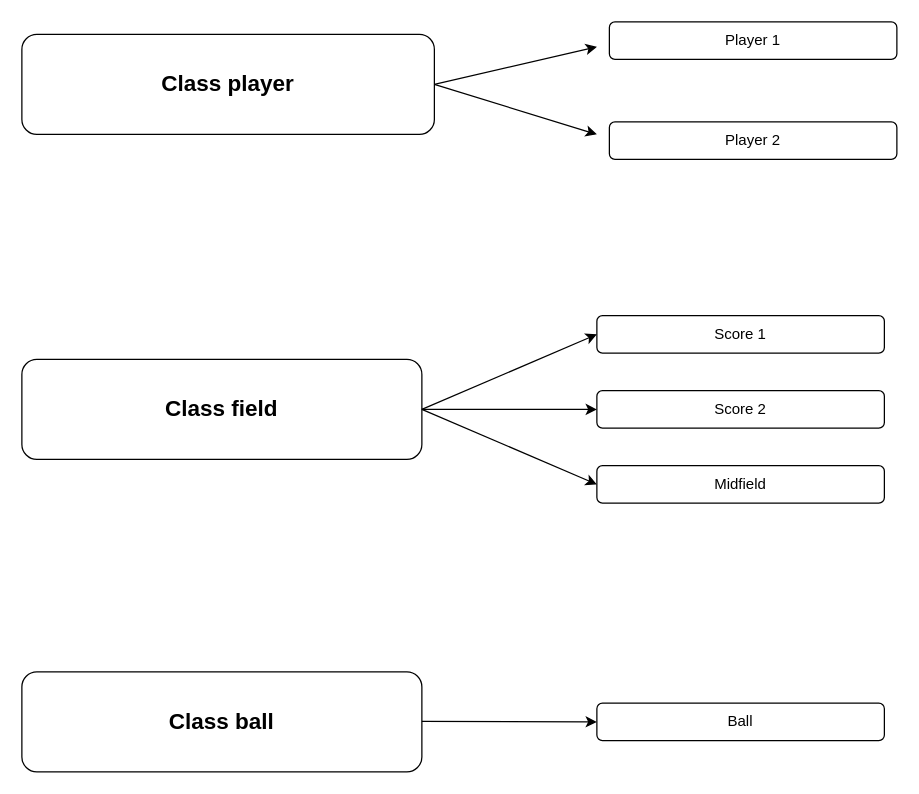
This is flowchart.drawio from opedrenyo/pong_game, a draw.io file, before an edit. Source tidied: cells renumbered, new cells numbered last; positions are measured from the earlier drawing's top-left corner, leaving out a move shared by most shapes. Both pictures are drawn from the tidied source at 125%, with x=0, y=0 at pixel (21, 21).
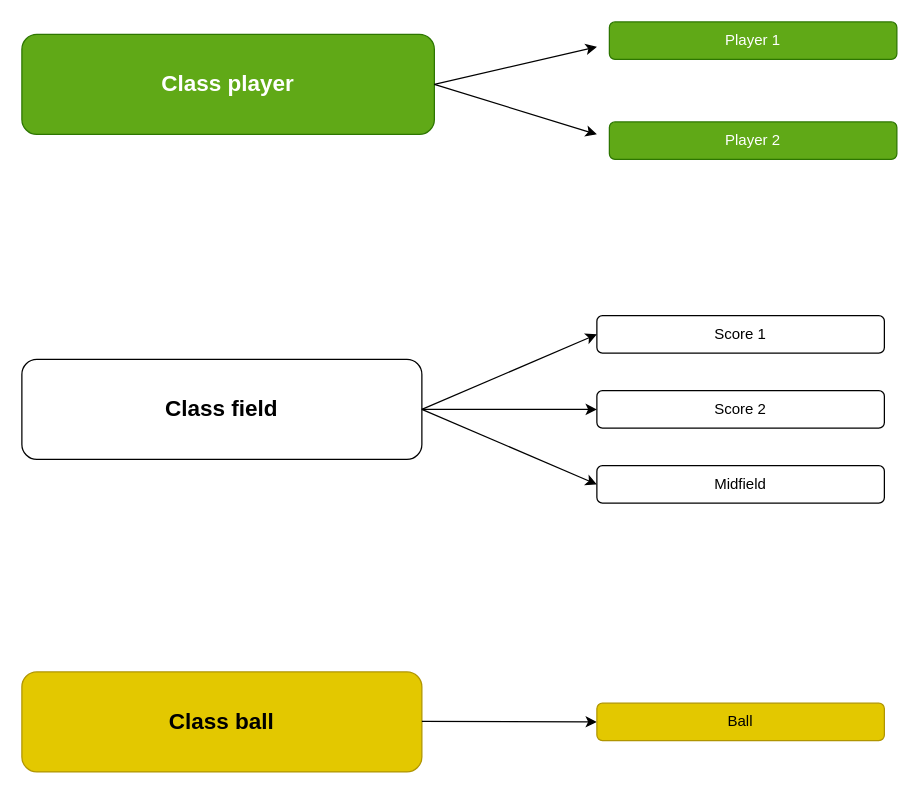
The same page after the edit.

Diff of the diagram source:
```diff
@@
-    <mxCell id="2" value="&lt;font style=&quot;font-size: 18px&quot;&gt;&lt;b&gt;Class player&lt;/b&gt;&lt;/font&gt;" style="rounded=1;whiteSpace=wrap;html=1;" parent="1" vertex="1">
+    <mxCell id="2" value="&lt;font style=&quot;font-size: 18px&quot;&gt;&lt;b&gt;Class player&lt;/b&gt;&lt;/font&gt;" style="rounded=1;whiteSpace=wrap;html=1;fillColor=#60a917;fontColor=#ffffff;strokeColor=#2D7600;" parent="1" vertex="1">
       <mxGeometry y="10" width="330" height="80" as="geometry" />
     </mxCell>
@@
-    <mxCell id="4" value="&lt;font style=&quot;font-size: 18px&quot;&gt;&lt;b&gt;Class ball&lt;/b&gt;&lt;/font&gt;" style="rounded=1;whiteSpace=wrap;html=1;" parent="1" vertex="1">
+    <mxCell id="4" value="&lt;font style=&quot;font-size: 18px&quot;&gt;&lt;b&gt;Class ball&lt;/b&gt;&lt;/font&gt;" style="rounded=1;whiteSpace=wrap;html=1;fillColor=#e3c800;fontColor=#000000;strokeColor=#B09500;" parent="1" vertex="1">
       <mxGeometry y="520" width="320" height="80" as="geometry" />
     </mxCell>
-    <mxCell id="5" value="Player 1" style="rounded=1;whiteSpace=wrap;html=1;" parent="1" vertex="1">
+    <mxCell id="5" value="Player 1" style="rounded=1;whiteSpace=wrap;html=1;fillColor=#60a917;fontColor=#ffffff;strokeColor=#2D7600;" parent="1" vertex="1">
       <mxGeometry x="470" width="230" height="30" as="geometry" />
     </mxCell>
-    <mxCell id="6" value="Player 2" style="rounded=1;whiteSpace=wrap;html=1;" parent="1" vertex="1">
+    <mxCell id="6" value="Player 2" style="rounded=1;whiteSpace=wrap;html=1;fillColor=#60a917;fontColor=#ffffff;strokeColor=#2D7600;" parent="1" vertex="1">
       <mxGeometry x="470" y="80" width="230" height="30" as="geometry" />
     </mxCell>
@@
-    <mxCell id="16" value="Ball" style="rounded=1;whiteSpace=wrap;html=1;" parent="1" vertex="1">
+    <mxCell id="16" value="Ball" style="rounded=1;whiteSpace=wrap;html=1;fillColor=#e3c800;fontColor=#000000;strokeColor=#B09500;" parent="1" vertex="1">
       <mxGeometry x="460" y="545" width="230" height="30" as="geometry" />
     </mxCell>
```
